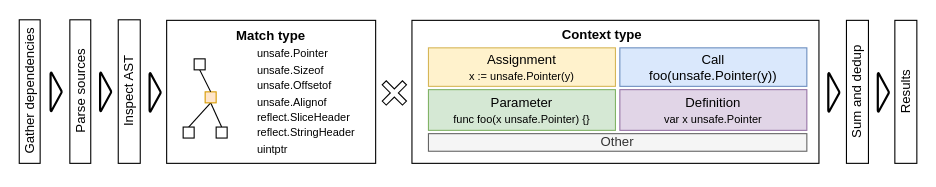
This is thesis/assets/figures/chapter4/go-geiger-architecture.drawio from jlauinger/master-of-science, a draw.io file, before an edit. Source tidied: cells renumbered, new cells numbered last; positions are measured from the earlier drawing's top-left corner, leaving out a move shared by most shapes. Both pictures are drawn from the tidied source at 110%, with x=0, y=0 at pixel (19, 20).
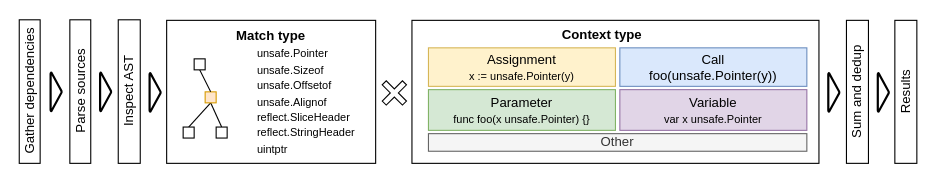
The same diagram, later.

What changed in the source:
```diff
@@
-    <mxCell id="25" value="&lt;font face=&quot;Helvetica&quot;&gt;Definition&lt;/font&gt;&lt;br&gt;&lt;font style=&quot;font-size: 10px&quot;&gt;var x unsafe.Pointer&lt;/font&gt;" style="text;html=1;strokeColor=#9673a6;fillColor=#e1d5e7;align=center;verticalAlign=middle;whiteSpace=wrap;rounded=0;fontFamily=Anonymous Pro;FType=g;labelBackgroundColor=none;spacing=2;spacingTop=0;spacingBottom=0;" parent="1" vertex="1">
+    <mxCell id="25" value="&lt;font face=&quot;Helvetica&quot;&gt;Variable&lt;/font&gt;&lt;br&gt;&lt;font style=&quot;font-size: 10px&quot;&gt;var x unsafe.Pointer&lt;/font&gt;" style="text;html=1;strokeColor=#9673a6;fillColor=#e1d5e7;align=center;verticalAlign=middle;whiteSpace=wrap;rounded=0;fontFamily=Anonymous Pro;FType=g;labelBackgroundColor=none;spacing=2;spacingTop=0;spacingBottom=0;" parent="1" vertex="1">
       <mxGeometry x="546" y="63" width="170" height="37" as="geometry" />
     </mxCell>
```
